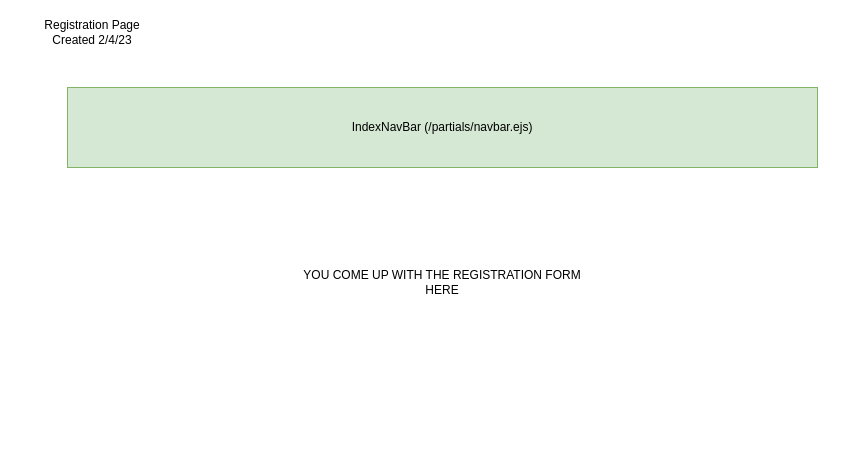
kempensp/bdpaapr1 keeps this draw.io diagram as page "Registration" (2 of 2) of Documents/ProductsAreUsFeb4.drawio. Above is the earlier version. Source tidied: cells renumbered, new cells numbered last; positions are measured from the earlier drawing's top-left corner, leaving out a move shared by most shapes. Both pictures are drawn from the tidied source at 100%, with x=0, y=0 at pixel (17, 17).
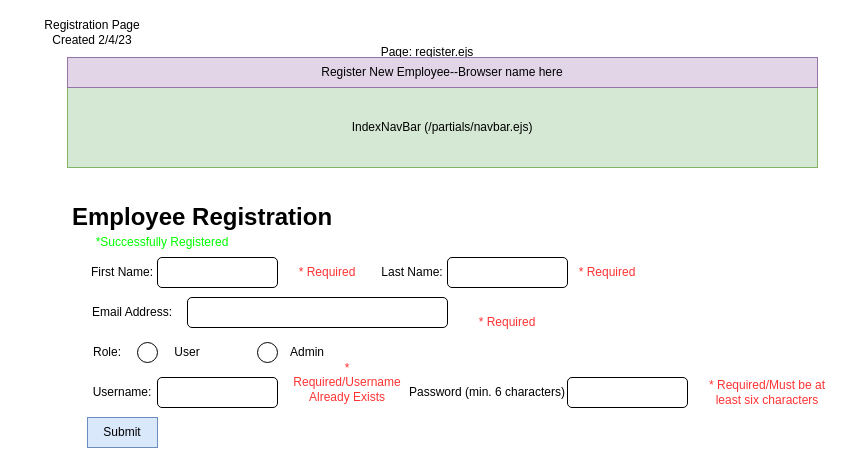
The same diagram, later.

What changed in the source:
```diff
@@
-    <mxCell id="4" value="YOU COME UP WITH THE REGISTRATION FORM HERE" style="text;html=1;strokeColor=none;fillColor=none;align=center;verticalAlign=middle;whiteSpace=wrap;rounded=0;" parent="1" vertex="1">
-      <mxGeometry x="270" y="250" width="310" height="30" as="geometry" />
-    </mxCell>
+    <mxCell id="5" value="&lt;h1&gt;Employee Registration&lt;/h1&gt;" style="text;html=1;strokeColor=none;fillColor=none;spacing=5;spacingTop=-20;whiteSpace=wrap;overflow=hidden;rounded=0;" parent="1" vertex="1">
+      <mxGeometry x="50" y="180" width="440" height="50" as="geometry" />
+    </mxCell>
+    <mxCell id="6" value="First Name:" style="text;html=1;strokeColor=none;fillColor=none;align=center;verticalAlign=middle;whiteSpace=wrap;rounded=0;" parent="1" vertex="1">
+      <mxGeometry x="60" y="240" width="90" height="30" as="geometry" />
+    </mxCell>
+    <mxCell id="7" style="rounded=1;whiteSpace=wrap;html=1;" parent="1" vertex="1">
+      <mxGeometry x="140" y="240" width="120" height="30" as="geometry" />
+    </mxCell>
+    <mxCell id="8" value="Last Name:" style="text;html=1;strokeColor=none;fillColor=none;align=center;verticalAlign=middle;whiteSpace=wrap;rounded=0;" parent="1" vertex="1">
+      <mxGeometry x="350" y="240" width="90" height="30" as="geometry" />
+    </mxCell>
+    <mxCell id="9" style="rounded=1;whiteSpace=wrap;html=1;" parent="1" vertex="1">
+      <mxGeometry x="430" y="240" width="120" height="30" as="geometry" />
+    </mxCell>
+    <mxCell id="10" value="Email Address:" style="text;html=1;strokeColor=none;fillColor=none;align=center;verticalAlign=middle;whiteSpace=wrap;rounded=0;" parent="1" vertex="1">
+      <mxGeometry x="70" y="280" width="90" height="30" as="geometry" />
+    </mxCell>
+    <mxCell id="11" style="rounded=1;whiteSpace=wrap;html=1;" parent="1" vertex="1">
+      <mxGeometry x="170" y="280" width="260" height="30" as="geometry" />
+    </mxCell>
+    <mxCell id="12" value="Username:" style="text;html=1;strokeColor=none;fillColor=none;align=center;verticalAlign=middle;whiteSpace=wrap;rounded=0;" parent="1" vertex="1">
+      <mxGeometry x="60" y="360" width="90" height="30" as="geometry" />
+    </mxCell>
+    <mxCell id="13" style="rounded=1;whiteSpace=wrap;html=1;" parent="1" vertex="1">
+      <mxGeometry x="140" y="360" width="120" height="30" as="geometry" />
+    </mxCell>
+    <mxCell id="14" value="Password (min. 6 characters)" style="text;html=1;strokeColor=none;fillColor=none;align=center;verticalAlign=middle;whiteSpace=wrap;rounded=0;" parent="1" vertex="1">
+      <mxGeometry x="370" y="360" width="200" height="30" as="geometry" />
+    </mxCell>
+    <mxCell id="15" style="rounded=1;whiteSpace=wrap;html=1;" parent="1" vertex="1">
+      <mxGeometry x="550" y="360" width="120" height="30" as="geometry" />
+    </mxCell>
+    <mxCell id="16" value="Page: register.ejs" style="text;html=1;strokeColor=none;fillColor=none;align=center;verticalAlign=middle;whiteSpace=wrap;rounded=0;" parent="1" vertex="1">
+      <mxGeometry x="310" y="20" width="200" height="30" as="geometry" />
+    </mxCell>
+    <mxCell id="17" value="Role:" style="text;html=1;strokeColor=none;fillColor=none;align=center;verticalAlign=middle;whiteSpace=wrap;rounded=0;fontColor=#000000;" parent="1" vertex="1">
+      <mxGeometry x="60" y="320" width="60" height="30" as="geometry" />
+    </mxCell>
+    <mxCell id="18" style="ellipse;whiteSpace=wrap;html=1;fontColor=#000000;" parent="1" vertex="1">
+      <mxGeometry x="120" y="325" width="20" height="20" as="geometry" />
+    </mxCell>
+    <mxCell id="19" value="User" style="text;html=1;strokeColor=none;fillColor=none;align=center;verticalAlign=middle;whiteSpace=wrap;rounded=0;fontColor=#000000;" parent="1" vertex="1">
+      <mxGeometry x="140" y="320" width="60" height="30" as="geometry" />
+    </mxCell>
+    <mxCell id="20" style="ellipse;whiteSpace=wrap;html=1;fontColor=#000000;" parent="1" vertex="1">
+      <mxGeometry x="240" y="325" width="20" height="20" as="geometry" />
+    </mxCell>
+    <mxCell id="21" value="Admin" style="text;html=1;strokeColor=none;fillColor=none;align=center;verticalAlign=middle;whiteSpace=wrap;rounded=0;fontColor=#000000;" parent="1" vertex="1">
+      <mxGeometry x="260" y="320" width="60" height="30" as="geometry" />
+    </mxCell>
+    <mxCell id="22" value="Submit" style="rounded=0;whiteSpace=wrap;html=1;fillColor=#dae8fc;strokeColor=#6c8ebf;" parent="1" vertex="1">
+      <mxGeometry x="70" y="400" width="70" height="30" as="geometry" />
+    </mxCell>
+    <mxCell id="23" style="edgeStyle=orthogonalEdgeStyle;rounded=0;orthogonalLoop=1;jettySize=auto;html=1;exitX=0.5;exitY=1;exitDx=0;exitDy=0;entryX=0.5;entryY=0;entryDx=0;entryDy=0;fontColor=#00FF00;" parent="1" edge="1">
+      <mxGeometry relative="1" as="geometry">
+        <mxPoint x="525" y="490" as="sourcePoint" />
+      </mxGeometry>
+    </mxCell>
+    <mxCell id="24" value="Register New Employee--Browser name here" style="rounded=0;whiteSpace=wrap;html=1;fillColor=#e1d5e7;strokeColor=#9673a6;" parent="1" vertex="1">
+      <mxGeometry x="50" y="40" width="750" height="30" as="geometry" />
+    </mxCell>
+    <mxCell id="25" parent="0" />
+    <mxCell id="26" value="&lt;font color=&quot;#ff3333&quot;&gt;* Required&lt;/font&gt;" style="text;html=1;strokeColor=none;fillColor=none;align=center;verticalAlign=middle;whiteSpace=wrap;rounded=0;" parent="25" vertex="1">
+      <mxGeometry x="560" y="240" width="60" height="30" as="geometry" />
+    </mxCell>
+    <mxCell id="27" value="&lt;font color=&quot;#ff3333&quot;&gt;* Required&lt;/font&gt;" style="text;html=1;strokeColor=none;fillColor=none;align=center;verticalAlign=middle;whiteSpace=wrap;rounded=0;" parent="25" vertex="1">
+      <mxGeometry x="280" y="240" width="60" height="30" as="geometry" />
+    </mxCell>
+    <mxCell id="28" value="&lt;font color=&quot;#ff3333&quot;&gt;* Required/Must be at least six characters&lt;/font&gt;" style="text;html=1;strokeColor=none;fillColor=none;align=center;verticalAlign=middle;whiteSpace=wrap;rounded=0;" parent="25" vertex="1">
+      <mxGeometry x="680" y="360" width="140" height="30" as="geometry" />
+    </mxCell>
+    <mxCell id="29" value="&lt;font color=&quot;#ff3333&quot;&gt;* Required/Username Already Exists&lt;/font&gt;" style="text;html=1;strokeColor=none;fillColor=none;align=center;verticalAlign=middle;whiteSpace=wrap;rounded=0;" parent="25" vertex="1">
+      <mxGeometry x="290" y="350" width="80" height="30" as="geometry" />
+    </mxCell>
+    <mxCell id="30" value="&lt;font color=&quot;#ff3333&quot;&gt;* Required&lt;/font&gt;" style="text;html=1;strokeColor=none;fillColor=none;align=center;verticalAlign=middle;whiteSpace=wrap;rounded=0;" parent="25" vertex="1">
+      <mxGeometry x="460" y="290" width="60" height="30" as="geometry" />
+    </mxCell>
+    <mxCell id="31" value="&lt;font color=&quot;#00ff00&quot;&gt;*Successfully Registered&lt;/font&gt;" style="text;html=1;strokeColor=none;fillColor=none;align=center;verticalAlign=middle;whiteSpace=wrap;rounded=0;fontColor=#000000;" parent="25" vertex="1">
+      <mxGeometry x="10" y="210" width="270" height="30" as="geometry" />
+    </mxCell>
```
